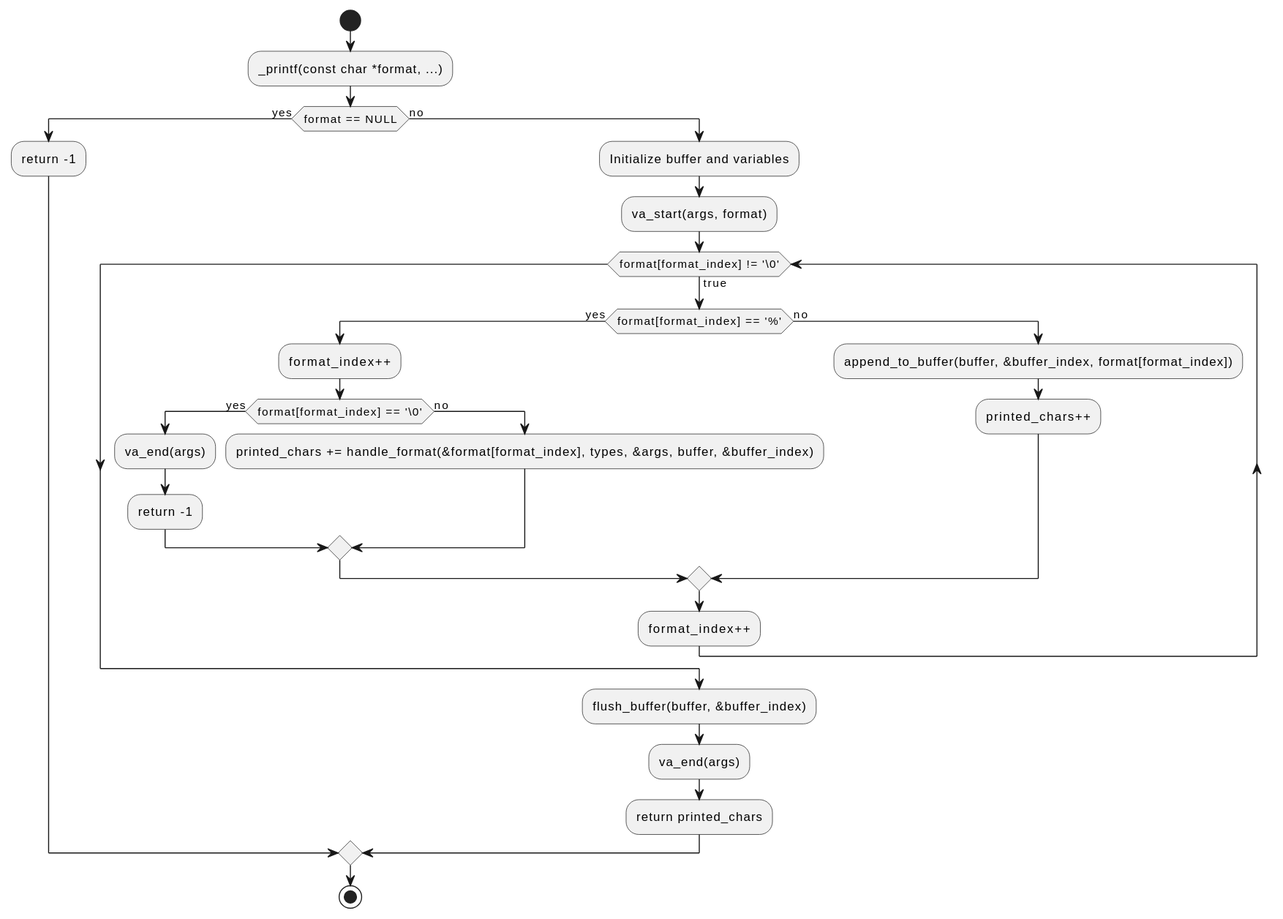
Before: flow-charts/printf.svg, a diagram exported from PlantUML (andreamarquez/holbertonschool-printf). The source it was exported from:
```plantuml
@startuml
start

:_printf(const char *format, ...);
if (format == NULL) then (yes)
    :return -1;
else (no)
    :Initialize buffer and variables;
    :va_start(args, format);
    while (format[format_index] != '\0') is (true)
        if (format[format_index] == '%') then (yes)
            :format_index++;
            if (format[format_index] == '\0') then (yes)
                :va_end(args);
                :return -1;
            else (no)
                :printed_chars += handle_format(&format[format_index], types, &args, buffer, &buffer_index);
            endif
        else (no)
            :append_to_buffer(buffer, &buffer_index, format[format_index]);
            :printed_chars++;
        endif
        :format_index++;
    endwhile
    :flush_buffer(buffer, &buffer_index);
    :va_end(args);
    :return printed_chars;
endif
stop
@enduml
```
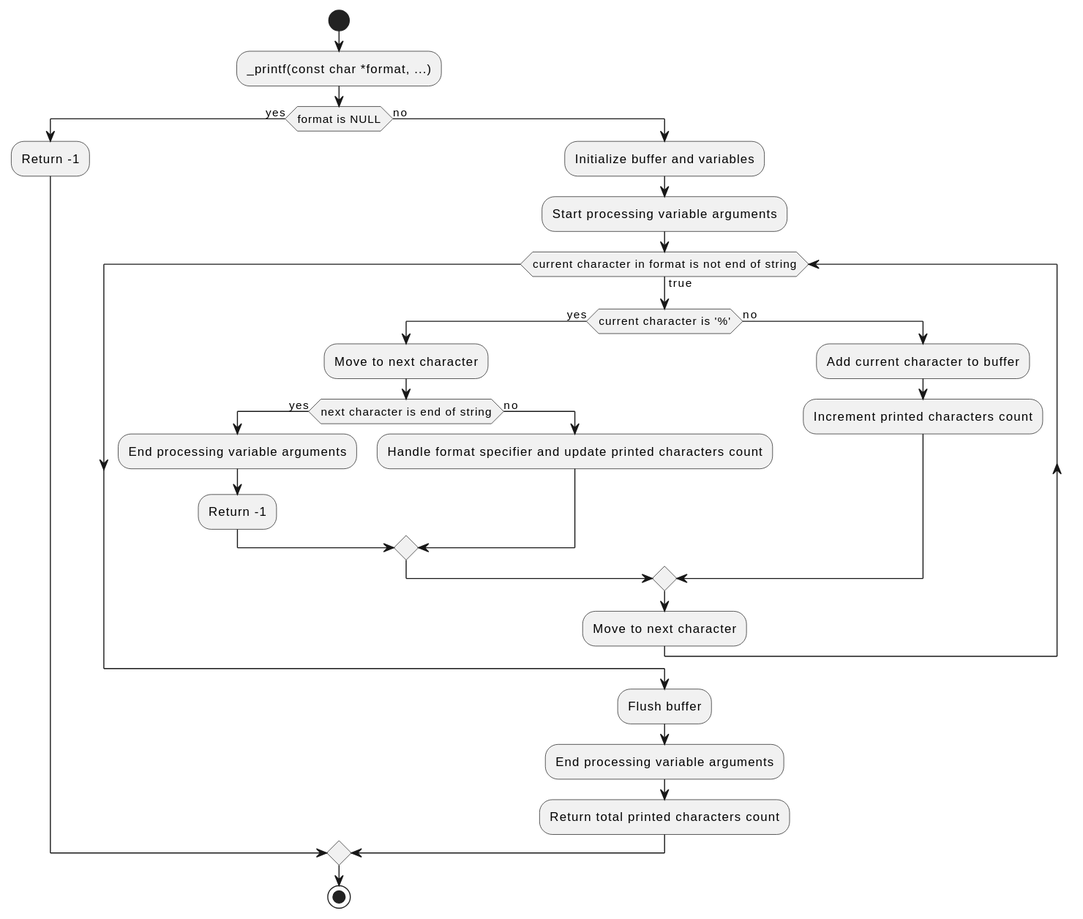
Above is the later version.

What changed in the source:
```diff
@@ -2,29 +2,29 @@
 start
 
 :_printf(const char *format, ...);
-if (format == NULL) then (yes)
-    :return -1;
+if (format is NULL) then (yes)
+    :Return -1;
 else (no)
     :Initialize buffer and variables;
-    :va_start(args, format);
-    while (format[format_index] != '\0') is (true)
-        if (format[format_index] == '%') then (yes)
-            :format_index++;
-            if (format[format_index] == '\0') then (yes)
-                :va_end(args);
-                :return -1;
+    :Start processing variable arguments;
+    while (current character in format is not end of string) is (true)
+        if (current character is '%') then (yes)
+            :Move to next character;
+            if (next character is end of string) then (yes)
+                :End processing variable arguments;
+                :Return -1;
             else (no)
-                :printed_chars += handle_format(&format[format_index], types, &args, buffer, &buffer_index);
+                :Handle format specifier and update printed characters count;
             endif
         else (no)
-            :append_to_buffer(buffer, &buffer_index, format[format_index]);
-            :printed_chars++;
+            :Add current character to buffer;
+            :Increment printed characters count;
         endif
-        :format_index++;
+        :Move to next character;
     endwhile
-    :flush_buffer(buffer, &buffer_index);
-    :va_end(args);
-    :return printed_chars;
+    :Flush buffer;
+    :End processing variable arguments;
+    :Return total printed characters count;
 endif
 stop
 @enduml
```
